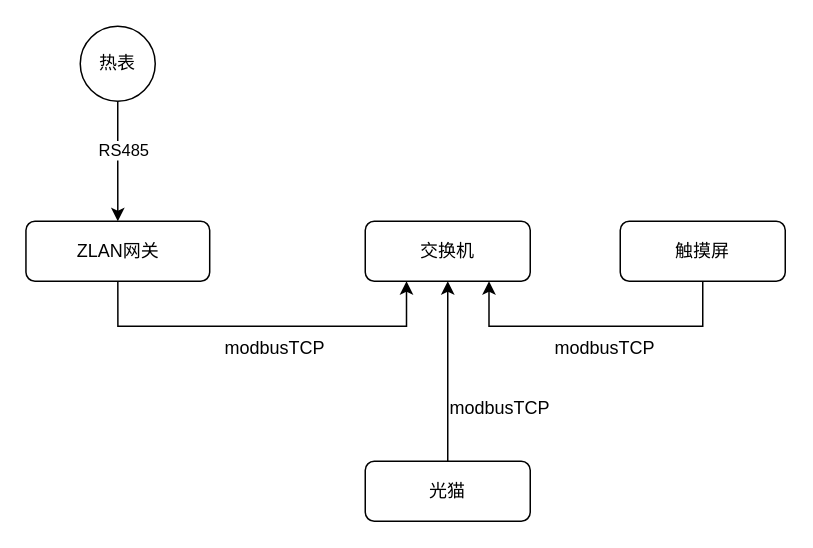
Earlier version of the draw.io diagram 热表.drawio (zhfk/drawo.io.mydiagrams). Source tidied: cells renumbered, new cells numbered last; positions are measured from the earlier drawing's top-left corner, leaving out a move shared by most shapes. Both pictures are drawn from the tidied source at 150%, with x=0, y=0 at pixel (26, 26).
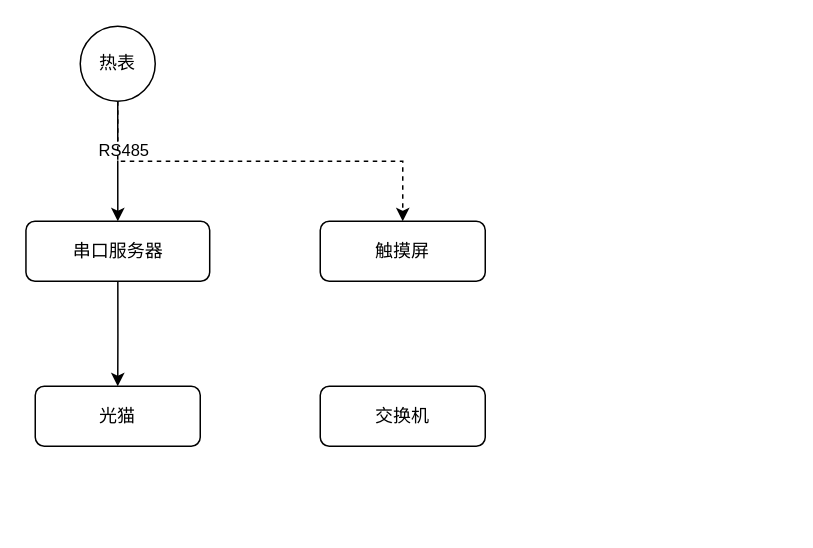
Above is the later version.

Change to the diagram source:
```diff
@@
 <mxGraphModel>
   <root>
     <mxCell id="0" />
     <mxCell id="1" parent="0" />
     <mxCell id="2" style="edgeStyle=orthogonalEdgeStyle;rounded=0;jettySize=auto;html=1;exitX=0.5;exitY=1;exitDx=0;exitDy=0;entryX=0.5;entryY=0;entryDx=0;entryDy=0;" parent="1" edge="1" source="4" target="5">
       <mxGeometry relative="1" as="geometry" />
     </mxCell>
     <mxCell id="3" value="RS485" style="edgeLabel;html=1;align=center;verticalAlign=middle;" parent="2" vertex="1">
       <mxGeometry x="-0.2" y="3" relative="1" as="geometry" />
     </mxCell>
+    <mxCell id="15" style="edgeStyle=orthogonalEdgeStyle;rounded=0;jettySize=auto;html=1;exitX=0.5;exitY=1;exitDx=0;exitDy=0;dashed=1;" parent="1" edge="1" source="4" target="8">
+      <mxGeometry relative="1" as="geometry" />
+    </mxCell>
     <mxCell id="4" value="热表" style="ellipse;whiteSpace=wrap;html=1;" parent="1" vertex="1">
       <mxGeometry x="36" width="50" height="50" as="geometry" />
     </mxCell>
+    <mxCell id="16" style="edgeStyle=orthogonalEdgeStyle;rounded=0;jettySize=auto;html=1;exitX=0.5;exitY=1;exitDx=0;exitDy=0;" parent="1" edge="1" source="5" target="11">
+      <mxGeometry relative="1" as="geometry" />
+    </mxCell>
-    <mxCell id="5" value="ZLAN网关" style="rounded=1;whiteSpace=wrap;html=1;" parent="1" vertex="1">
+    <mxCell id="5" value="串口服务器" style="rounded=1;whiteSpace=wrap;html=1;" parent="1" vertex="1">
       <mxGeometry x="-0.2" y="130" width="122.5" height="40" as="geometry" />
     </mxCell>
     <mxCell id="6" value="交换机" style="rounded=1;whiteSpace=wrap;html=1;" parent="1" vertex="1">
-      <mxGeometry x="226" y="130" width="110" height="40" as="geometry" />
+      <mxGeometry x="196" y="240" width="110" height="40" as="geometry" />
     </mxCell>
-    <mxCell id="7" style="endArrow=classic;html=1;rounded=0;edgeStyle=orthogonalEdgeStyle;exitX=0.5;exitY=1;exitDx=0;exitDy=0;entryX=0.25;entryY=1;entryDx=0;entryDy=0;" parent="1" edge="1" source="5" target="6">
-      <mxGeometry relative="1" as="geometry">
-        <Array as="points">
-          <mxPoint x="61" y="200" />
-          <mxPoint x="254" y="200" />
-        </Array>
-      </mxGeometry>
-    </mxCell>
     <mxCell id="8" value="触摸屏" style="rounded=1;whiteSpace=wrap;html=1;" parent="1" vertex="1">
-      <mxGeometry x="396" y="130" width="110" height="40" as="geometry" />
+      <mxGeometry x="196" y="130" width="110" height="40" as="geometry" />
     </mxCell>
-    <mxCell id="9" style="edgeStyle=orthogonalEdgeStyle;rounded=0;jettySize=auto;html=1;exitX=0.5;exitY=1;exitDx=0;exitDy=0;entryX=0.75;entryY=1;entryDx=0;entryDy=0;" parent="1" edge="1" source="8" target="6">
-      <mxGeometry relative="1" as="geometry">
-        <Array as="points">
-          <mxPoint x="451" y="200" />
-          <mxPoint x="309" y="200" />
-        </Array>
-      </mxGeometry>
-    </mxCell>
-    <mxCell id="10" style="edgeStyle=orthogonalEdgeStyle;rounded=0;jettySize=auto;html=1;exitX=0.5;exitY=0;exitDx=0;exitDy=0;entryX=0.5;entryY=1;entryDx=0;entryDy=0;" parent="1" edge="1" source="11" target="6">
-      <mxGeometry relative="1" as="geometry" />
-    </mxCell>
     <mxCell id="11" value="光猫" style="rounded=1;whiteSpace=wrap;html=1;" parent="1" vertex="1">
-      <mxGeometry x="226" y="290" width="110" height="40" as="geometry" />
+      <mxGeometry x="6" y="240" width="110" height="40" as="geometry" />
     </mxCell>
-    <mxCell id="12" value="modbusTCP" style="text;html=1;align=center;verticalAlign=middle;whiteSpace=wrap;rounded=0;" parent="1" vertex="1">
-      <mxGeometry x="136" y="200" width="60" height="30" as="geometry" />
-    </mxCell>
-    <mxCell id="13" value="modbusTCP" style="text;html=1;align=center;verticalAlign=middle;whiteSpace=wrap;rounded=0;" parent="1" vertex="1">
-      <mxGeometry x="356" y="200" width="60" height="30" as="geometry" />
-    </mxCell>
-    <mxCell id="14" value="modbusTCP" style="text;html=1;align=center;verticalAlign=middle;whiteSpace=wrap;rounded=0;" parent="1" vertex="1">
-      <mxGeometry x="286" y="240" width="60" height="30" as="geometry" />
-    </mxCell>
   </root>
 </mxGraphModel>
```
